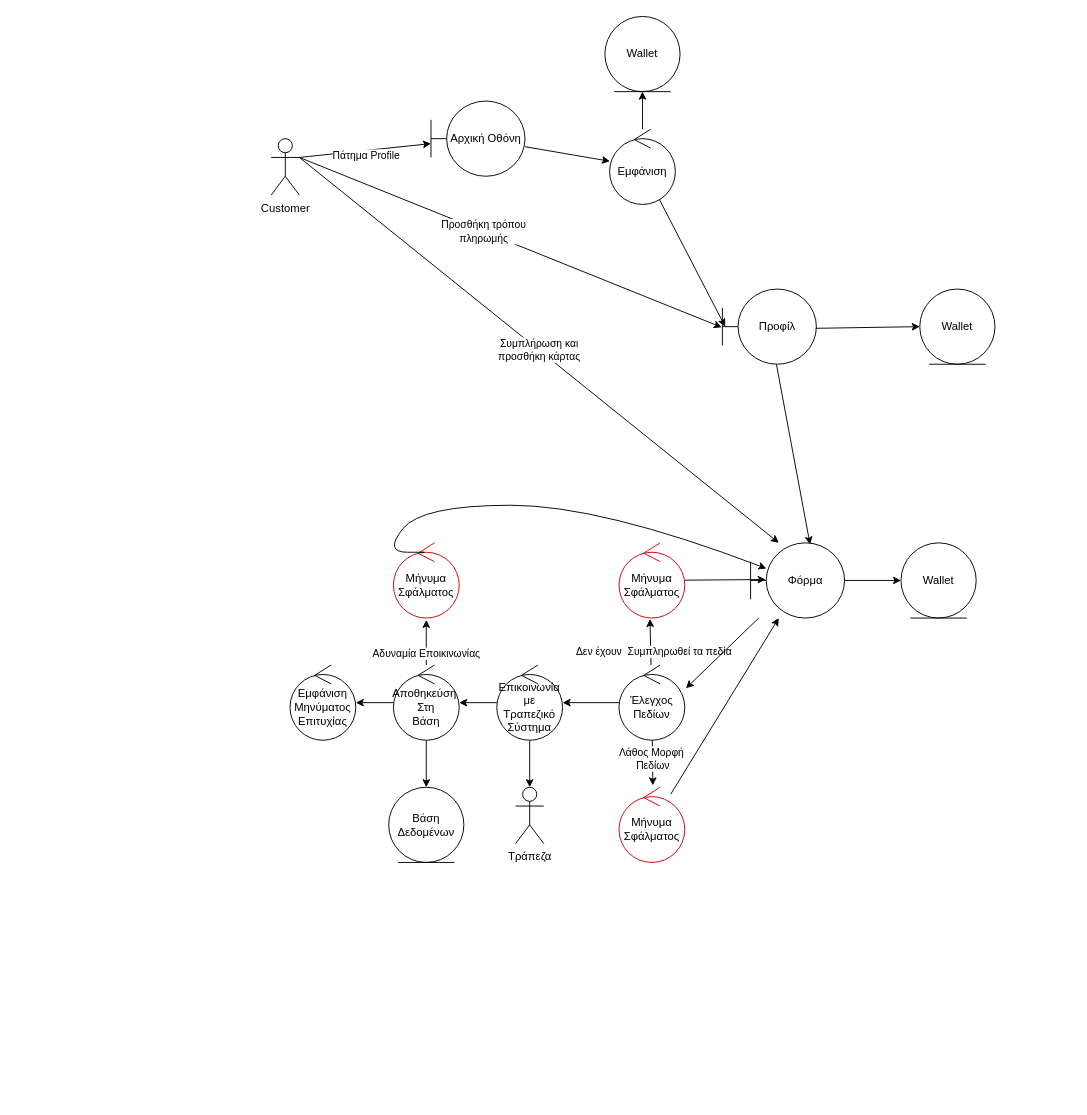
Nikolis2002/texnoligia_logismikou keeps this draw.io diagram as Part_2/Robustness/diagrams/05_Προσθήκη_Τρόπου_Πληρωμής.drawio. Above is the earlier version. Source tidied: cells renumbered, new cells numbered last; positions are measured from the earlier drawing's top-left corner, leaving out a move shared by most shapes. Both pictures are drawn from the tidied source at 94%, with x=0, y=0 at pixel (271, 16).
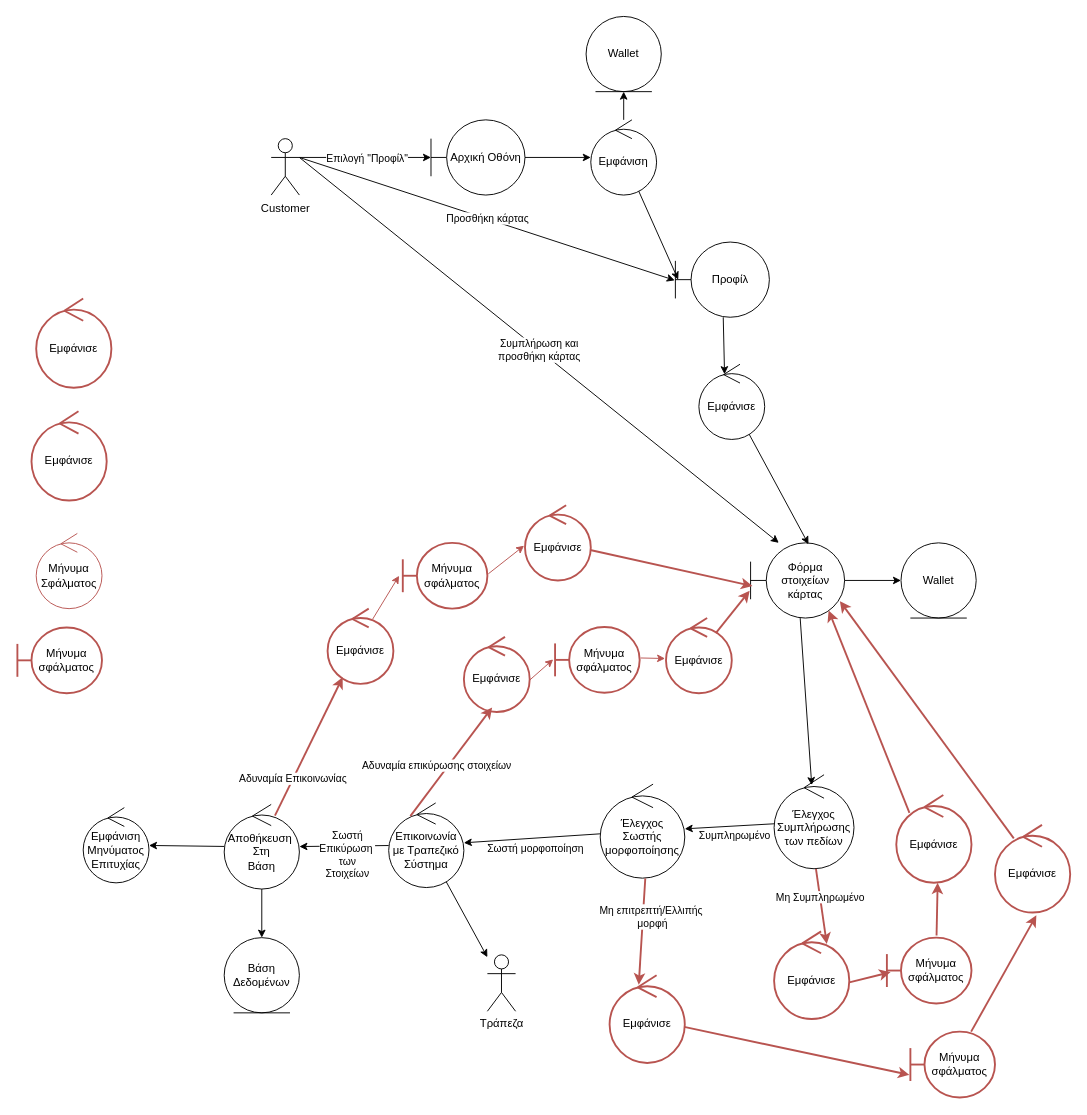
The same diagram, later.

The change refers to these unchanged cells:
```xml
<mxCell id="2" style="edgeStyle=none;html=1;exitX=1;exitY=0.3333333333333333;exitDx=0;exitDy=0;exitPerimeter=0;" parent="1" edge="1" source="7" target="9">
  <mxGeometry relative="1" as="geometry" />
</mxCell>
<mxCell id="7" value="Customer" style="shape=umlActor;verticalLabelPosition=bottom;verticalAlign=top;html=1;" parent="1" vertex="1">
  <mxGeometry y="130" width="30" height="60" as="geometry" />
</mxCell>
<mxCell id="19" style="edgeStyle=none;html=1;" parent="1" edge="1" source="24" target="27">
  <mxGeometry relative="1" as="geometry" />
</mxCell>
<mxCell id="26" style="edgeStyle=none;html=1;" parent="1" edge="1" source="27" target="33">
  <mxGeometry relative="1" as="geometry" />
</mxCell>
```

What changed in the source:
```diff
@@
-    <mxCell id="3" value="Πάτημα Profile" style="edgeLabel;html=1;align=center;verticalAlign=middle;" parent="2" vertex="1">
+    <mxCell id="3" value="Επιλογή &quot;Προφίλ&quot;" style="edgeLabel;html=1;align=center;verticalAlign=middle;" parent="2" vertex="1">
       <mxGeometry x="-0.6" y="1" relative="1" as="geometry">
         <mxPoint x="43" y="1" as="offset" />
       </mxGeometry>
     </mxCell>
-    <mxCell id="4" style="edgeStyle=none;html=1;exitX=1;exitY=0.3333333333333333;exitDx=0;exitDy=0;exitPerimeter=0;entryX=-0.007;entryY=0.509;entryDx=0;entryDy=0;entryPerimeter=0;" parent="1" edge="1" source="7" target="11">
+    <mxCell id="4" value="Προσθήκη κάρτας" style="edgeStyle=none;html=1;exitX=1;exitY=0.3333333333333333;exitDx=0;exitDy=0;exitPerimeter=0;entryX=-0.007;entryY=0.509;entryDx=0;entryDy=0;entryPerimeter=0;" parent="1" edge="1" source="7" target="11">
       <mxGeometry relative="1" as="geometry" />
     </mxCell>
-    <mxCell id="5" value="Προσθήκη τρόπου&lt;br&gt;πληρωμής" style="edgeLabel;html=1;align=center;verticalAlign=middle;" parent="4" vertex="1">
-      <mxGeometry x="-0.13" relative="1" as="geometry" />
-    </mxCell>
@@
     <mxCell id="9" value="Αρχική Οθόνη" style="shape=umlBoundary;whiteSpace=wrap;html=1;" parent="1" vertex="1">
-      <mxGeometry x="170" y="90" width="100" height="80" as="geometry" />
+      <mxGeometry x="170" y="110" width="100" height="80" as="geometry" />
     </mxCell>
-    <mxCell id="10" style="edgeStyle=none;html=1;entryX=0.633;entryY=0.022;entryDx=0;entryDy=0;entryPerimeter=0;" parent="1" edge="1" source="11" target="44">
+    <mxCell id="10" style="edgeStyle=none;html=1;entryX=0.39;entryY=0.132;entryDx=0;entryDy=0;entryPerimeter=0;" parent="1" edge="1" source="11" target="49">
       <mxGeometry relative="1" as="geometry" />
     </mxCell>
     <mxCell id="11" value="Προφίλ" style="shape=umlBoundary;whiteSpace=wrap;html=1;" parent="1" vertex="1">
-      <mxGeometry x="480" y="290" width="100" height="80" as="geometry" />
+      <mxGeometry x="430" y="240" width="100" height="80" as="geometry" />
     </mxCell>
@@
     <mxCell id="14" value="Εμφάνιση" style="ellipse;shape=umlControl;whiteSpace=wrap;html=1;" parent="1" vertex="1">
-      <mxGeometry x="360" y="120" width="70" height="80" as="geometry" />
+      <mxGeometry x="340" y="110" width="70" height="80" as="geometry" />
     </mxCell>
-    <mxCell id="15" value="Wallet" style="ellipse;shape=umlEntity;whiteSpace=wrap;html=1;" parent="1" vertex="1">
-      <mxGeometry x="690" y="290" width="80" height="80" as="geometry" />
-    </mxCell>
-    <mxCell id="16" style="edgeStyle=none;html=1;entryX=0;entryY=0.5;entryDx=0;entryDy=0;exitX=0.993;exitY=0.522;exitDx=0;exitDy=0;exitPerimeter=0;" parent="1" edge="1" source="11" target="15">
-      <mxGeometry relative="1" as="geometry" />
-    </mxCell>
@@
-    <mxCell id="20" style="edgeStyle=none;html=1;entryX=0.471;entryY=1.013;entryDx=0;entryDy=0;entryPerimeter=0;" parent="1" edge="1" source="24" target="37">
-      <mxGeometry relative="1" as="geometry" />
-    </mxCell>
-    <mxCell id="21" value="Δεν έχουν&amp;nbsp; Συμπληρωθεί τα πεδία" style="edgeLabel;html=1;align=center;verticalAlign=middle;" parent="20" vertex="1">
-      <mxGeometry x="-0.43" y="-3" relative="1" as="geometry" />
-    </mxCell>
-    <mxCell id="22" style="edgeStyle=none;html=1;entryX=0.514;entryY=0.1;entryDx=0;entryDy=0;entryPerimeter=0;" parent="1" edge="1" source="24">
-      <mxGeometry relative="1" as="geometry">
-        <mxPoint x="406" y="818" as="targetPoint" />
-      </mxGeometry>
-    </mxCell>
-    <mxCell id="23" value="Λάθος Μορφή&amp;nbsp;&lt;br&gt;Πεδίων" style="edgeLabel;html=1;align=center;verticalAlign=middle;" parent="22" vertex="1">
-      <mxGeometry x="-0.46" y="1" relative="1" as="geometry">
-        <mxPoint x="-1" y="7" as="offset" />
-      </mxGeometry>
-    </mxCell>
+    <mxCell id="45" value="Σωστή μορφοποίηση" style="edgeLabel;html=1;align=center;verticalAlign=middle;" parent="19" vertex="1">
+      <mxGeometry x="-0.6" relative="1" as="geometry">
+        <mxPoint x="-41" y="13" as="offset" />
+      </mxGeometry>
+    </mxCell>
-    <mxCell id="24" value="Έλεγχος Πεδίων" style="ellipse;shape=umlControl;whiteSpace=wrap;html=1;" parent="1" vertex="1">
-      <mxGeometry x="370" y="690" width="70" height="80" as="geometry" />
+    <mxCell id="24" value="Έλεγχος Σωστής μορφοποίησης" style="ellipse;shape=umlControl;whiteSpace=wrap;html=1;" parent="1" vertex="1">
+      <mxGeometry x="350" y="816.7" width="90" height="100" as="geometry" />
     </mxCell>
-    <mxCell id="25" style="edgeStyle=none;html=1;" parent="1" edge="1" source="27">
-      <mxGeometry relative="1" as="geometry">
-        <mxPoint x="275" y="820" as="targetPoint" />
-      </mxGeometry>
+    <mxCell id="25" style="edgeStyle=none;html=1;" parent="1" edge="1" source="27" target="28">
+      <mxGeometry relative="1" as="geometry" />
     </mxCell>
@@
+    <mxCell id="46" value="Σωστή&lt;br&gt;Επικύρωση&amp;nbsp;&lt;br&gt;των&lt;br&gt;Στοιχείων" style="edgeLabel;html=1;align=center;verticalAlign=middle;" parent="26" vertex="1">
+      <mxGeometry x="-0.33" relative="1" as="geometry">
+        <mxPoint x="-13" y="9" as="offset" />
+      </mxGeometry>
+    </mxCell>
     <mxCell id="27" value="Επικοινωνία με Τραπεζικό Σύστημα" style="ellipse;shape=umlControl;whiteSpace=wrap;html=1;" parent="1" vertex="1">
-      <mxGeometry x="240" y="690" width="70" height="80" as="geometry" />
+      <mxGeometry x="125" y="836.7" width="80" height="90" as="geometry" />
     </mxCell>
     <mxCell id="28" value="Τράπεζα" style="shape=umlActor;verticalLabelPosition=bottom;verticalAlign=top;html=1;" parent="1" vertex="1">
-      <mxGeometry x="260" y="820" width="30" height="60" as="geometry" />
+      <mxGeometry x="230" y="998.3" width="30" height="60" as="geometry" />
     </mxCell>
@@
-    <mxCell id="31" style="edgeStyle=none;html=1;entryX=0.5;entryY=1.025;entryDx=0;entryDy=0;entryPerimeter=0;" parent="1" edge="1" source="33" target="40">
+    <mxCell id="31" style="edgeStyle=none;html=1;entryX=0.229;entryY=0.913;entryDx=0;entryDy=0;entryPerimeter=0;strokeColor=#B85450;strokeWidth=2;exitX=0.675;exitY=0.133;exitDx=0;exitDy=0;exitPerimeter=0;" parent="1" edge="1" source="33" target="64">
       <mxGeometry relative="1" as="geometry" />
     </mxCell>
-    <mxCell id="32" value="Αδυναμία Εποικινωνίας" style="edgeLabel;html=1;align=center;verticalAlign=middle;" parent="31" vertex="1">
+    <mxCell id="32" value="Αδυναμία Επικοινωνίας" style="edgeLabel;html=1;align=center;verticalAlign=middle;" parent="31" vertex="1">
       <mxGeometry x="-0.46" y="1" relative="1" as="geometry" />
     </mxCell>
-    <mxCell id="33" value="Αποθηκεύση&amp;nbsp;&lt;br&gt;Στη&lt;br&gt;Βάση" style="ellipse;shape=umlControl;whiteSpace=wrap;html=1;" parent="1" vertex="1">
-      <mxGeometry x="130" y="690" width="70" height="80" as="geometry" />
+    <mxCell id="33" value="Αποθήκευση&amp;nbsp;&lt;br&gt;Στη&lt;br&gt;Βάση" style="ellipse;shape=umlControl;whiteSpace=wrap;html=1;" parent="1" vertex="1">
+      <mxGeometry x="-50" y="838.3" width="80" height="90" as="geometry" />
     </mxCell>
     <mxCell id="34" value="Βάση Δεδομένων" style="ellipse;shape=umlEntity;whiteSpace=wrap;html=1;" parent="1" vertex="1">
-      <mxGeometry x="125" y="820" width="80" height="80" as="geometry" />
+      <mxGeometry x="-50" y="980" width="80" height="80" as="geometry" />
     </mxCell>
     <mxCell id="35" value="Εμφάνιση Μηνύματος Επιτυχίας" style="ellipse;shape=umlControl;whiteSpace=wrap;html=1;" parent="1" vertex="1">
-      <mxGeometry x="20" y="690" width="70" height="80" as="geometry" />
+      <mxGeometry x="-200" y="841.7" width="70" height="80" as="geometry" />
     </mxCell>
-    <mxCell id="36" style="edgeStyle=none;html=1;entryX=0.014;entryY=0.488;entryDx=0;entryDy=0;entryPerimeter=0;" parent="1" edge="1" source="37">
-      <mxGeometry relative="1" as="geometry">
-        <mxPoint x="526" y="599" as="targetPoint" />
-      </mxGeometry>
-    </mxCell>
-    <mxCell id="37" value="Μήνυμα Σφάλματος" style="ellipse;shape=umlControl;whiteSpace=wrap;html=1;strokeColor=#CC0000;" parent="1" vertex="1">
-      <mxGeometry x="370" y="560" width="70" height="80" as="geometry" />
-    </mxCell>
-    <mxCell id="38" style="edgeStyle=none;html=1;entryX=0.214;entryY=1;entryDx=0;entryDy=0;entryPerimeter=0;" parent="1" edge="1" source="39">
-      <mxGeometry relative="1" as="geometry">
-        <mxPoint x="540" y="640" as="targetPoint" />
-      </mxGeometry>
-    </mxCell>
-    <mxCell id="39" value="Μήνυμα Σφάλματος" style="ellipse;shape=umlControl;whiteSpace=wrap;html=1;strokeColor=#CC0000;" parent="1" vertex="1">
-      <mxGeometry x="370" y="820" width="70" height="80" as="geometry" />
+    <mxCell id="39" value="Μήνυμα Σφάλματος" style="ellipse;shape=umlControl;whiteSpace=wrap;html=1;strokeColor=#B85450;" parent="1" vertex="1">
+      <mxGeometry x="-250" y="550" width="70" height="80" as="geometry" />
     </mxCell>
-    <mxCell id="40" value="Μήνυμα Σφάλματος" style="ellipse;shape=umlControl;whiteSpace=wrap;html=1;strokeColor=#CC0000;" parent="1" vertex="1">
-      <mxGeometry x="130" y="560" width="70" height="80" as="geometry" />
-    </mxCell>
-    <mxCell id="41" style="curved=1;endArrow=classic;html=1;" parent="1" edge="1">
-      <mxGeometry relative="1" as="geometry">
-        <mxPoint x="160" y="570" as="sourcePoint" />
-        <mxPoint x="526.8" y="587.3" as="targetPoint" />
-        <Array as="points">
-          <mxPoint x="170" y="570" />
-          <mxPoint x="120" y="570" />
-          <mxPoint x="160" y="520" />
-          <mxPoint x="350" y="520" />
-        </Array>
-      </mxGeometry>
-    </mxCell>
+    <mxCell id="47" style="edgeStyle=none;html=1;exitX=1.011;exitY=0.471;exitDx=0;exitDy=0;exitPerimeter=0;strokeColor=#B85450;entryX=-0.014;entryY=0.538;entryDx=0;entryDy=0;entryPerimeter=0;" parent="1" edge="1" source="69" target="72">
+      <mxGeometry relative="1" as="geometry" />
+    </mxCell>
     <mxCell id="42" value="Wallet" style="ellipse;shape=umlEntity;whiteSpace=wrap;html=1;" parent="1" vertex="1">
-      <mxGeometry x="355" width="80" height="80" as="geometry" />
+      <mxGeometry x="335" width="80" height="80" as="geometry" />
     </mxCell>
-    <mxCell id="43" style="edgeStyle=none;html=1;entryX=1.018;entryY=0.309;entryDx=0;entryDy=0;entryPerimeter=0;" parent="1" edge="1" source="44" target="24">
+    <mxCell id="43" style="edgeStyle=none;html=1;entryX=0.471;entryY=0.11;entryDx=0;entryDy=0;entryPerimeter=0;" parent="1" edge="1" source="44" target="53">
       <mxGeometry relative="1" as="geometry" />
     </mxCell>
-    <mxCell id="44" value="Φόρμα" style="shape=umlBoundary;whiteSpace=wrap;html=1;" parent="1" vertex="1">
+    <mxCell id="44" value="Φόρμα&lt;br&gt;στοιχείων κάρτας" style="shape=umlBoundary;whiteSpace=wrap;html=1;" parent="1" vertex="1">
       <mxGeometry x="510" y="560" width="100" height="80" as="geometry" />
     </mxCell>
+    <mxCell id="48" style="edgeStyle=none;html=1;entryX=0.616;entryY=0.018;entryDx=0;entryDy=0;entryPerimeter=0;" parent="1" edge="1" source="49" target="44">
+      <mxGeometry relative="1" as="geometry" />
+    </mxCell>
+    <mxCell id="49" value="Εμφάνισε" style="ellipse;shape=umlControl;whiteSpace=wrap;html=1;" parent="1" vertex="1">
+      <mxGeometry x="455" y="370" width="70" height="80" as="geometry" />
+    </mxCell>
+    <mxCell id="50" value="Μήνυμα σφάλματος" style="shape=umlBoundary;whiteSpace=wrap;html=1;fillColor=none;strokeColor=#b85450;strokeWidth=2;" parent="1" vertex="1">
+      <mxGeometry x="655" y="980" width="90" height="70" as="geometry" />
+    </mxCell>
+    <mxCell id="51" style="edgeStyle=none;html=1;" parent="1" edge="1" source="53" target="24">
+      <mxGeometry relative="1" as="geometry" />
+    </mxCell>
+    <mxCell id="52" value="Συμπληρωμένο" style="edgeLabel;html=1;align=center;verticalAlign=middle;rotation=0;" parent="51" vertex="1">
+      <mxGeometry x="-0.45" y="-2" relative="1" as="geometry">
+        <mxPoint x="-16" y="13" as="offset" />
+      </mxGeometry>
+    </mxCell>
+    <mxCell id="53" value="Έλεγχος Συμπλήρωσης των πεδίων" style="ellipse;shape=umlControl;whiteSpace=wrap;html=1;" parent="1" vertex="1">
+      <mxGeometry x="535" y="806.7" width="85" height="100" as="geometry" />
+    </mxCell>
+    <mxCell id="54" style="edgeStyle=none;html=1;strokeWidth=2;fontSize=12;fillColor=none;strokeColor=#b85450;exitX=0.524;exitY=1.002;exitDx=0;exitDy=0;exitPerimeter=0;entryX=0.7;entryY=0.143;entryDx=0;entryDy=0;entryPerimeter=0;" parent="1" edge="1" source="53" target="78">
+      <mxGeometry relative="1" as="geometry" />
+    </mxCell>
+    <mxCell id="55" value="Μη Συμπληρωμένο" style="edgeLabel;html=1;align=center;verticalAlign=middle;rotation=0;" parent="54" vertex="1">
+      <mxGeometry x="-0.55" y="-1" relative="1" as="geometry">
+        <mxPoint x="2" y="12" as="offset" />
+      </mxGeometry>
+    </mxCell>
+    <mxCell id="56" style="edgeStyle=none;html=1;strokeWidth=2;fontSize=12;fillColor=none;strokeColor=#b85450;exitX=1;exitY=0.582;exitDx=0;exitDy=0;exitPerimeter=0;entryX=0.044;entryY=0.524;entryDx=0;entryDy=0;entryPerimeter=0;" parent="1" edge="1" source="78" target="50">
+      <mxGeometry relative="1" as="geometry" />
+    </mxCell>
+    <mxCell id="57" value="Εμφάνισε" style="ellipse;shape=umlControl;whiteSpace=wrap;html=1;fillColor=none;strokeColor=#b85450;strokeWidth=2;" parent="1" vertex="1">
+      <mxGeometry x="665" y="828.3" width="80" height="93.3" as="geometry" />
+    </mxCell>
+    <mxCell id="58" style="edgeStyle=none;html=1;strokeWidth=2;fontSize=12;fillColor=none;strokeColor=#b85450;exitX=0.587;exitY=-0.033;exitDx=0;exitDy=0;exitPerimeter=0;entryX=0.55;entryY=1;entryDx=0;entryDy=0;entryPerimeter=0;" parent="1" edge="1" source="50" target="57">
+      <mxGeometry relative="1" as="geometry" />
+    </mxCell>
+    <mxCell id="59" style="edgeStyle=none;html=1;strokeWidth=2;fontSize=12;fillColor=none;strokeColor=#b85450;entryX=0.83;entryY=0.9;entryDx=0;entryDy=0;entryPerimeter=0;exitX=0.175;exitY=0.203;exitDx=0;exitDy=0;exitPerimeter=0;" parent="1" edge="1" source="57" target="44">
+      <mxGeometry relative="1" as="geometry" />
+    </mxCell>
+    <mxCell id="60" value="Εμφάνισε" style="ellipse;shape=umlControl;whiteSpace=wrap;html=1;fillColor=none;strokeColor=#b85450;strokeWidth=2;" parent="1" vertex="1">
+      <mxGeometry x="-255" y="420" width="80" height="95" as="geometry" />
+    </mxCell>
+    <mxCell id="61" value="Μήνυμα σφάλματος" style="shape=umlBoundary;whiteSpace=wrap;html=1;fillColor=none;strokeColor=#b85450;strokeWidth=2;" parent="1" vertex="1">
+      <mxGeometry x="-270" y="650" width="90" height="70" as="geometry" />
+    </mxCell>
+    <mxCell id="62" value="Εμφάνισε" style="ellipse;shape=umlControl;whiteSpace=wrap;html=1;fillColor=none;strokeColor=#b85450;strokeWidth=2;" parent="1" vertex="1">
+      <mxGeometry x="-250" y="300" width="80" height="95" as="geometry" />
+    </mxCell>
+    <mxCell id="63" style="edgeStyle=none;html=1;entryX=-0.044;entryY=0.5;entryDx=0;entryDy=0;entryPerimeter=0;strokeColor=#B85450;exitX=0.686;exitY=0.138;exitDx=0;exitDy=0;exitPerimeter=0;" parent="1" edge="1" source="64" target="69">
+      <mxGeometry relative="1" as="geometry" />
+    </mxCell>
+    <mxCell id="64" value="Εμφάνισε" style="ellipse;shape=umlControl;whiteSpace=wrap;html=1;fillColor=none;strokeColor=#b85450;strokeWidth=2;" parent="1" vertex="1">
+      <mxGeometry x="60" y="630" width="70" height="80" as="geometry" />
+    </mxCell>
+    <mxCell id="65" style="edgeStyle=none;html=1;strokeWidth=2;fontSize=12;fillColor=none;strokeColor=#b85450;exitX=0.533;exitY=1.003;exitDx=0;exitDy=0;exitPerimeter=0;entryX=0.388;entryY=0.107;entryDx=0;entryDy=0;entryPerimeter=0;" parent="1" edge="1" source="24" target="80">
+      <mxGeometry relative="1" as="geometry" />
+    </mxCell>
+    <mxCell id="66" value="Μη επιτρεπτή/Ελλιπής&lt;br&gt;&amp;nbsp;μορφή" style="edgeLabel;html=1;align=center;verticalAlign=middle;rotation=0;" parent="65" vertex="1">
+      <mxGeometry x="-0.55" y="-1" relative="1" as="geometry">
+        <mxPoint x="8" y="16" as="offset" />
+      </mxGeometry>
+    </mxCell>
+    <mxCell id="67" style="edgeStyle=none;html=1;strokeWidth=2;fontSize=12;fillColor=none;strokeColor=#b85450;exitX=0.288;exitY=0.156;exitDx=0;exitDy=0;exitPerimeter=0;entryX=0.429;entryY=0.938;entryDx=0;entryDy=0;entryPerimeter=0;" parent="1" edge="1" source="27" target="70">
+      <mxGeometry relative="1" as="geometry" />
+    </mxCell>
+    <mxCell id="68" value="Αδυναμία επικύρωσης στοιχείων" style="edgeLabel;html=1;align=center;verticalAlign=middle;" parent="67" vertex="1">
+      <mxGeometry x="-0.19" y="-4" relative="1" as="geometry">
+        <mxPoint x="-11" y="-9" as="offset" />
+      </mxGeometry>
+    </mxCell>
+    <mxCell id="69" value="Μήνυμα σφάλματος" style="shape=umlBoundary;whiteSpace=wrap;html=1;fillColor=none;strokeColor=#b85450;strokeWidth=2;" parent="1" vertex="1">
+      <mxGeometry x="140" y="560" width="90" height="70" as="geometry" />
+    </mxCell>
+    <mxCell id="70" value="Εμφάνισε" style="ellipse;shape=umlControl;whiteSpace=wrap;html=1;fillColor=none;strokeColor=#b85450;strokeWidth=2;" parent="1" vertex="1">
+      <mxGeometry x="205" y="660" width="70" height="80" as="geometry" />
+    </mxCell>
+    <mxCell id="71" style="edgeStyle=none;html=1;entryX=0.02;entryY=0.575;entryDx=0;entryDy=0;entryPerimeter=0;strokeColor=#B85450;strokeWidth=2;" parent="1" edge="1" source="72" target="44">
+      <mxGeometry relative="1" as="geometry" />
+    </mxCell>
+    <mxCell id="72" value="Εμφάνισε" style="ellipse;shape=umlControl;whiteSpace=wrap;html=1;fillColor=none;strokeColor=#b85450;strokeWidth=2;" parent="1" vertex="1">
+      <mxGeometry x="270" y="520" width="70" height="80" as="geometry" />
+    </mxCell>
+    <mxCell id="73" style="edgeStyle=none;html=1;exitX=1.011;exitY=0.471;exitDx=0;exitDy=0;exitPerimeter=0;strokeColor=#B85450;entryX=-0.014;entryY=0.538;entryDx=0;entryDy=0;entryPerimeter=0;" parent="1" edge="1" source="75" target="77">
+      <mxGeometry relative="1" as="geometry" />
+    </mxCell>
+    <mxCell id="74" style="edgeStyle=none;html=1;strokeColor=#B85450;exitX=1;exitY=0.575;exitDx=0;exitDy=0;exitPerimeter=0;" parent="1" edge="1" source="70">
+      <mxGeometry relative="1" as="geometry">
+        <mxPoint x="300" y="684" as="targetPoint" />
+      </mxGeometry>
+    </mxCell>
+    <mxCell id="75" value="Μήνυμα σφάλματος" style="shape=umlBoundary;whiteSpace=wrap;html=1;fillColor=none;strokeColor=#b85450;strokeWidth=2;" parent="1" vertex="1">
+      <mxGeometry x="302" y="649.5" width="90" height="70" as="geometry" />
+    </mxCell>
+    <mxCell id="76" style="edgeStyle=none;html=1;entryX=-0.01;entryY=0.638;entryDx=0;entryDy=0;entryPerimeter=0;strokeColor=#B85450;strokeWidth=2;exitX=0.757;exitY=0.2;exitDx=0;exitDy=0;exitPerimeter=0;" parent="1" edge="1" source="77" target="44">
+      <mxGeometry relative="1" as="geometry" />
+    </mxCell>
+    <mxCell id="77" value="Εμφάνισε" style="ellipse;shape=umlControl;whiteSpace=wrap;html=1;fillColor=none;strokeColor=#b85450;strokeWidth=2;" parent="1" vertex="1">
+      <mxGeometry x="420" y="640" width="70" height="80" as="geometry" />
+    </mxCell>
+    <mxCell id="78" value="Εμφάνισε" style="ellipse;shape=umlControl;whiteSpace=wrap;html=1;fillColor=none;strokeColor=#b85450;strokeWidth=2;" parent="1" vertex="1">
+      <mxGeometry x="535" y="973.3" width="80" height="93.3" as="geometry" />
+    </mxCell>
+    <mxCell id="79" style="edgeStyle=none;html=1;entryX=-0.011;entryY=0.657;entryDx=0;entryDy=0;entryPerimeter=0;strokeColor=#B85450;strokeWidth=2;" parent="1" edge="1" source="80" target="82">
+      <mxGeometry relative="1" as="geometry" />
+    </mxCell>
+    <mxCell id="80" value="Εμφάνισε" style="ellipse;shape=umlControl;whiteSpace=wrap;html=1;fillColor=none;strokeColor=#b85450;strokeWidth=2;" parent="1" vertex="1">
+      <mxGeometry x="360" y="1020" width="80" height="93.3" as="geometry" />
+    </mxCell>
+    <mxCell id="81" style="edgeStyle=none;html=1;entryX=0.55;entryY=1.032;entryDx=0;entryDy=0;entryPerimeter=0;strokeColor=#B85450;strokeWidth=2;" parent="1" edge="1" source="82" target="84">
+      <mxGeometry relative="1" as="geometry" />
+    </mxCell>
+    <mxCell id="82" value="Μήνυμα σφάλματος" style="shape=umlBoundary;whiteSpace=wrap;html=1;fillColor=none;strokeColor=#b85450;strokeWidth=2;" parent="1" vertex="1">
+      <mxGeometry x="680" y="1080" width="90" height="70" as="geometry" />
+    </mxCell>
+    <mxCell id="83" style="edgeStyle=none;html=1;entryX=0.95;entryY=0.775;entryDx=0;entryDy=0;entryPerimeter=0;strokeColor=#B85450;strokeWidth=2;exitX=0.25;exitY=0.154;exitDx=0;exitDy=0;exitPerimeter=0;" parent="1" edge="1" source="84" target="44">
+      <mxGeometry relative="1" as="geometry" />
+    </mxCell>
+    <mxCell id="84" value="Εμφάνισε" style="ellipse;shape=umlControl;whiteSpace=wrap;html=1;fillColor=none;strokeColor=#b85450;strokeWidth=2;" parent="1" vertex="1">
+      <mxGeometry x="770" y="860" width="80" height="93.3" as="geometry" />
+    </mxCell>
```
